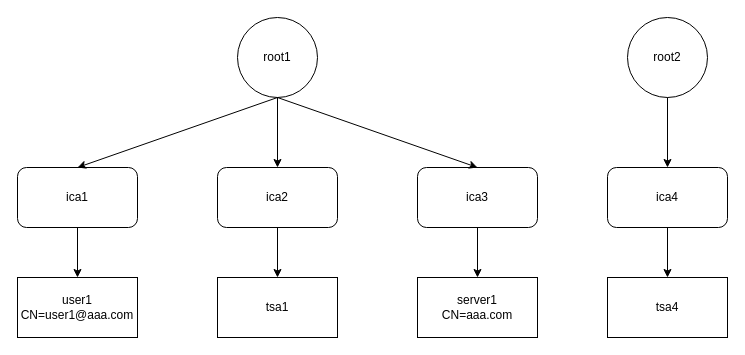
Above: model1.drawio in kjur/Hello-World (draw.io), before the change. Source tidied: cells renumbered, new cells numbered last; positions are measured from the earlier drawing's top-left corner, leaving out a move shared by most shapes. Both pictures are drawn from the tidied source at 100%, with x=0, y=0 at pixel (17, 17).
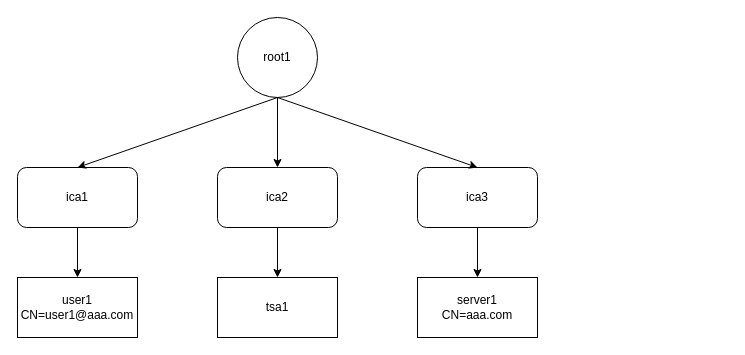
Above is the later version.

What changed in the source:
```diff
@@
 <mxGraphModel>
   <root>
     <mxCell id="0" />
     <mxCell id="1" parent="0" />
     <mxCell id="2" value="root1" style="ellipse;whiteSpace=wrap;html=1;" parent="1" vertex="1">
       <mxGeometry x="220" width="80" height="80" as="geometry" />
     </mxCell>
     <mxCell id="3" value="ica1" style="rounded=1;whiteSpace=wrap;html=1;" parent="1" vertex="1">
       <mxGeometry y="150" width="120" height="60" as="geometry" />
     </mxCell>
     <mxCell id="4" value="ica2" style="rounded=1;whiteSpace=wrap;html=1;" parent="1" vertex="1">
       <mxGeometry x="200" y="150" width="120" height="60" as="geometry" />
     </mxCell>
     <mxCell id="5" value="ica3" style="rounded=1;whiteSpace=wrap;html=1;" parent="1" vertex="1">
       <mxGeometry x="400" y="150" width="120" height="60" as="geometry" />
     </mxCell>
     <mxCell id="6" value="user1&lt;br&gt;CN=user1@aaa.com" style="rounded=0;whiteSpace=wrap;html=1;" parent="1" vertex="1">
       <mxGeometry y="260" width="120" height="60" as="geometry" />
     </mxCell>
     <mxCell id="7" value="tsa1" style="rounded=0;whiteSpace=wrap;html=1;" parent="1" vertex="1">
       <mxGeometry x="200" y="260" width="120" height="60" as="geometry" />
     </mxCell>
     <mxCell id="8" value="server1&lt;br&gt;CN=aaa.com" style="rounded=0;whiteSpace=wrap;html=1;" parent="1" vertex="1">
       <mxGeometry x="400" y="260" width="120" height="60" as="geometry" />
     </mxCell>
     <mxCell id="9" style="endArrow=classic;html=1;rounded=0;exitX=0.5;exitY=1;exitDx=0;exitDy=0;entryX=0.5;entryY=0;entryDx=0;entryDy=0;" parent="1" edge="1" source="2" target="3">
       <mxGeometry relative="1" as="geometry" />
     </mxCell>
     <mxCell id="10" style="endArrow=classic;html=1;rounded=0;exitX=0.5;exitY=1;exitDx=0;exitDy=0;entryX=0.5;entryY=0;entryDx=0;entryDy=0;" parent="1" edge="1" source="2" target="4">
       <mxGeometry relative="1" as="geometry" />
     </mxCell>
     <mxCell id="11" style="endArrow=classic;html=1;rounded=0;exitX=0.5;exitY=1;exitDx=0;exitDy=0;entryX=0.5;entryY=0;entryDx=0;entryDy=0;" parent="1" edge="1" source="2" target="5">
       <mxGeometry relative="1" as="geometry" />
     </mxCell>
     <mxCell id="12" style="endArrow=classic;html=1;rounded=0;exitX=0.5;exitY=1;exitDx=0;exitDy=0;entryX=0.5;entryY=0;entryDx=0;entryDy=0;" parent="1" edge="1" source="3" target="6">
       <mxGeometry relative="1" as="geometry" />
     </mxCell>
     <mxCell id="13" style="endArrow=classic;html=1;rounded=0;exitX=0.5;exitY=1;exitDx=0;exitDy=0;entryX=0.5;entryY=0;entryDx=0;entryDy=0;" parent="1" edge="1" source="4" target="7">
       <mxGeometry relative="1" as="geometry" />
     </mxCell>
     <mxCell id="14" style="endArrow=classic;html=1;rounded=0;exitX=0.5;exitY=1;exitDx=0;exitDy=0;entryX=0.5;entryY=0;entryDx=0;entryDy=0;" parent="1" edge="1" source="5" target="8">
       <mxGeometry relative="1" as="geometry" />
     </mxCell>
-    <mxCell id="15" value="root2" style="ellipse;whiteSpace=wrap;html=1;" parent="1" vertex="1">
-      <mxGeometry x="610" width="80" height="80" as="geometry" />
-    </mxCell>
-    <mxCell id="16" value="ica4" style="rounded=1;whiteSpace=wrap;html=1;" parent="1" vertex="1">
-      <mxGeometry x="590" y="150" width="120" height="60" as="geometry" />
-    </mxCell>
-    <mxCell id="17" value="tsa4" style="rounded=0;whiteSpace=wrap;html=1;" parent="1" vertex="1">
-      <mxGeometry x="590" y="260" width="120" height="60" as="geometry" />
-    </mxCell>
-    <mxCell id="18" style="endArrow=classic;html=1;rounded=0;exitX=0.5;exitY=1;exitDx=0;exitDy=0;entryX=0.5;entryY=0;entryDx=0;entryDy=0;" parent="1" edge="1" source="15" target="16">
-      <mxGeometry relative="1" as="geometry" />
-    </mxCell>
-    <mxCell id="19" style="endArrow=classic;html=1;rounded=0;exitX=0.5;exitY=1;exitDx=0;exitDy=0;entryX=0.5;entryY=0;entryDx=0;entryDy=0;" parent="1" edge="1" source="16" target="17">
-      <mxGeometry relative="1" as="geometry" />
-    </mxCell>
   </root>
 </mxGraphModel>
```
